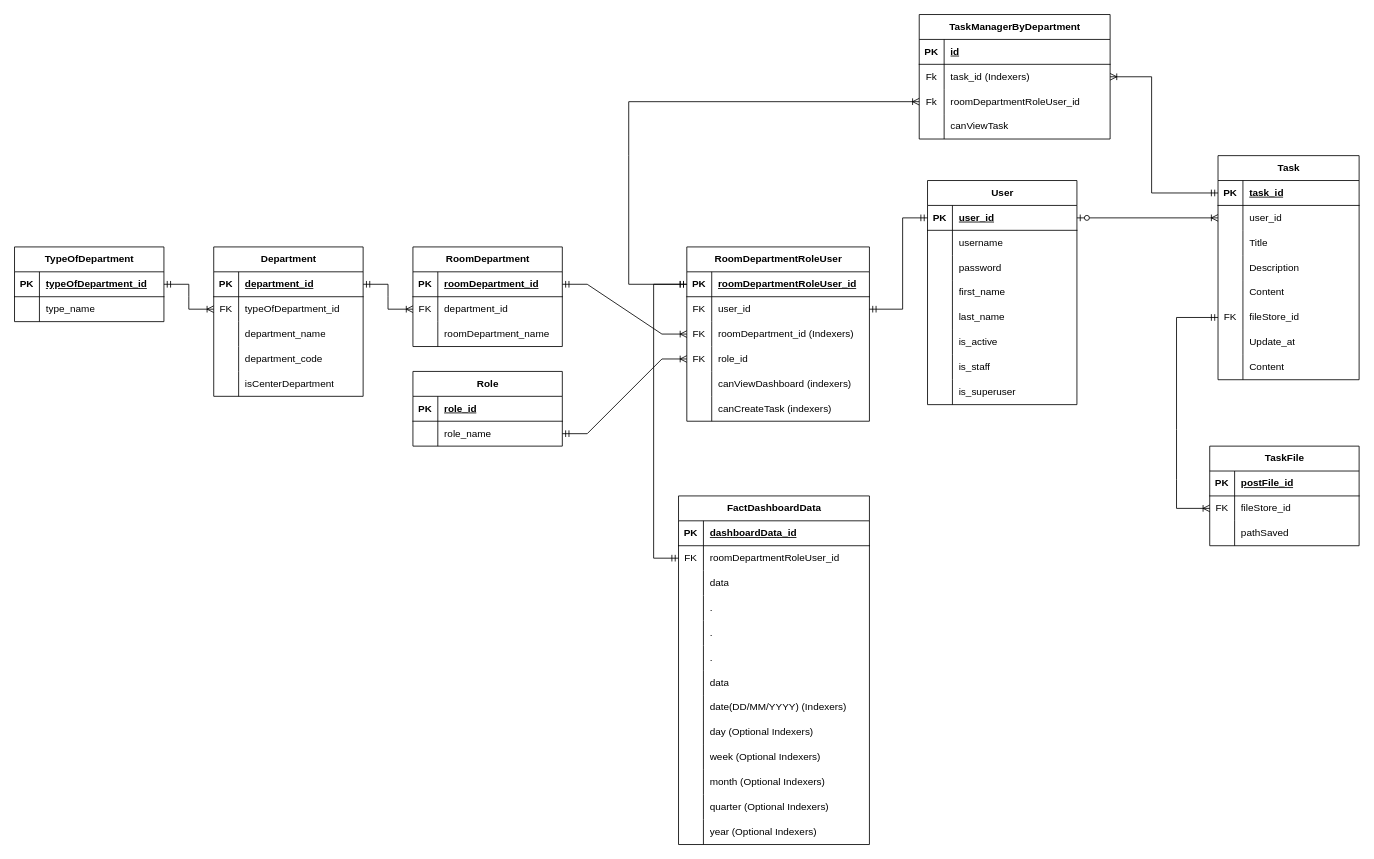
Before: thiet_ke_db.drawio in toanhvt98/web_backend, a draw.io diagram. Source tidied: cells renumbered, new cells numbered last; positions are measured from the earlier drawing's top-left corner, leaving out a move shared by most shapes. Both pictures are drawn from the tidied source at 83%, with x=0, y=0 at pixel (14, 14).
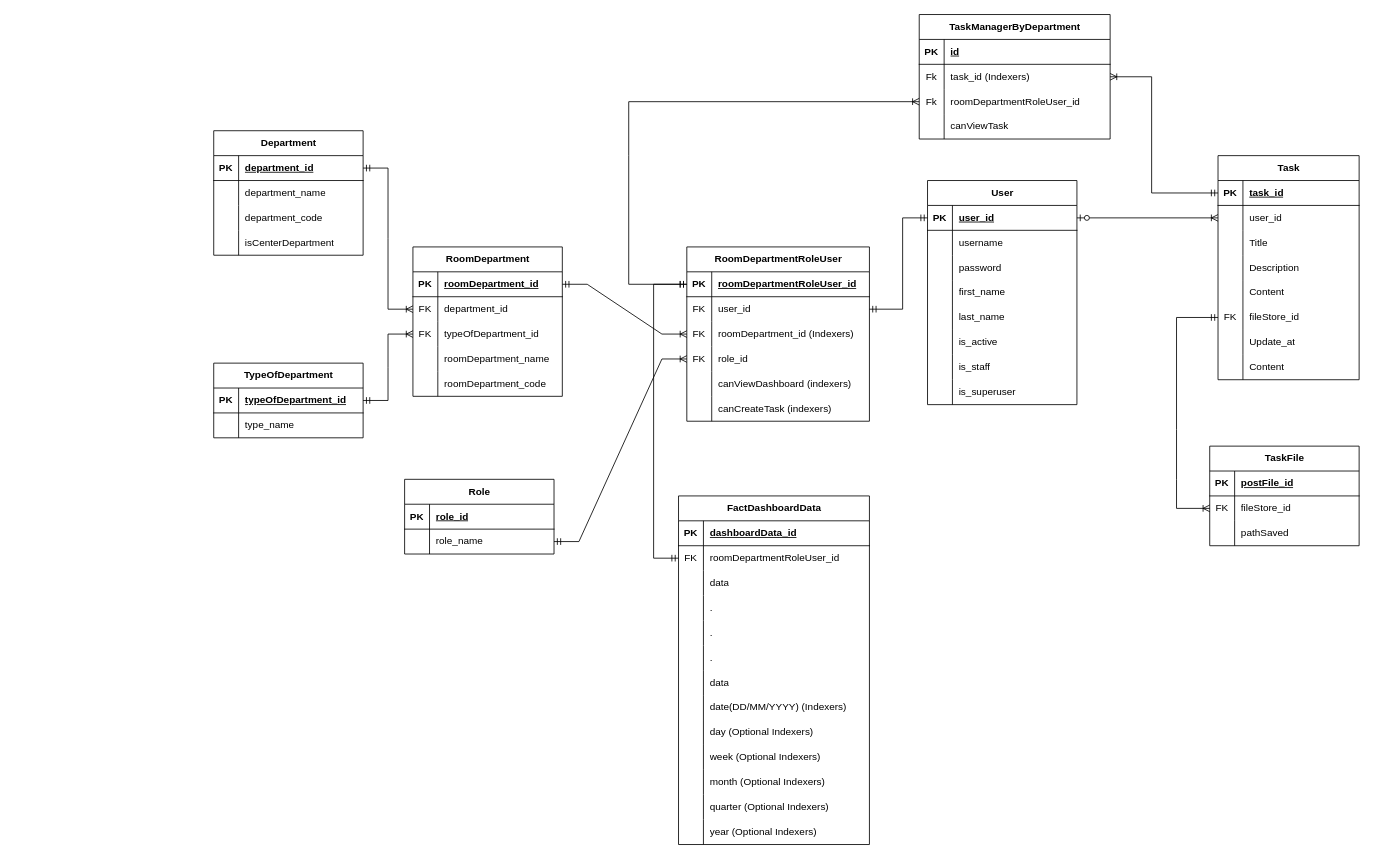
Above is the later version.

The change refers to these unchanged cells:
```xml
<mxCell id="130" style="shape=tableRow;horizontal=0;startSize=0;swimlaneHead=0;swimlaneBody=0;fillColor=none;points=[[0,0.5],[1,0.5]];portConstraint=eastwest;top=0;left=0;right=0;bottom=0;" parent="123" vertex="1">
  <mxGeometry y="90" width="180" height="30" as="geometry" />
</mxCell>
<mxCell id="177" style="shape=tableRow;horizontal=0;startSize=0;swimlaneHead=0;swimlaneBody=0;fillColor=none;points=[[0,0.5],[1,0.5]];portConstraint=eastwest;top=0;left=0;right=0;bottom=1;" parent="176" vertex="1">
  <mxGeometry y="30" width="180" height="30" as="geometry" />
</mxCell>
```

Diff of the diagram source:
```diff
@@
     <mxCell id="27" value="Department" style="shape=table;startSize=30;childLayout=tableLayout;rowLines=0;fontStyle=1;align=center;html=1;" parent="1" vertex="1">
-      <mxGeometry x="240" y="280" width="180" height="180" as="geometry" />
+      <mxGeometry x="240" y="140" width="180" height="150" as="geometry" />
     </mxCell>
@@
-    <mxCell id="31" style="shape=tableRow;horizontal=0;startSize=0;swimlaneHead=0;swimlaneBody=0;fillColor=none;points=[[0,0.5],[1,0.5]];portConstraint=eastwest;top=0;left=0;right=0;bottom=0;" parent="27" vertex="1">
-      <mxGeometry y="60" width="180" height="30" as="geometry" />
-    </mxCell>
-    <mxCell id="32" value="FK" style="shape=partialRectangle;fillColor=none;top=0;left=0;bottom=0;right=0;overflow=hidden;whiteSpace=wrap;html=1;" parent="31" vertex="1">
-      <mxGeometry width="30" height="30" as="geometry" />
-    </mxCell>
-    <mxCell id="33" value="typeOfDepartment_id" style="shape=partialRectangle;fillColor=none;top=0;left=0;bottom=0;right=0;align=left;spacingLeft=6;overflow=hidden;whiteSpace=wrap;html=1;" parent="31" vertex="1">
-      <mxGeometry x="30" width="150" height="30" as="geometry" />
-    </mxCell>
     <mxCell id="34" style="shape=tableRow;horizontal=0;startSize=0;swimlaneHead=0;swimlaneBody=0;fillColor=none;top=0;left=0;right=0;bottom=0;" parent="27" vertex="1">
-      <mxGeometry y="90" width="180" height="30" as="geometry" />
+      <mxGeometry y="60" width="180" height="30" as="geometry" />
     </mxCell>
@@
     <mxCell id="37" style="shape=tableRow;horizontal=0;startSize=0;swimlaneHead=0;swimlaneBody=0;fillColor=none;top=0;left=0;right=0;bottom=0;" parent="27" vertex="1">
-      <mxGeometry y="120" width="180" height="30" as="geometry" />
+      <mxGeometry y="90" width="180" height="30" as="geometry" />
     </mxCell>
@@
     <mxCell id="40" style="shape=tableRow;horizontal=0;startSize=0;swimlaneHead=0;swimlaneBody=0;fillColor=none;top=0;left=0;right=0;bottom=0;" parent="27" vertex="1">
-      <mxGeometry y="150" width="180" height="30" as="geometry" />
+      <mxGeometry y="120" width="180" height="30" as="geometry" />
     </mxCell>
@@
     <mxCell id="43" value="Role" style="shape=table;startSize=30;childLayout=tableLayout;rowLines=0;fontStyle=1;align=center;html=1;" parent="1" vertex="1">
-      <mxGeometry x="480" y="430" width="180" height="90" as="geometry" />
+      <mxGeometry x="470" y="560" width="180" height="90" as="geometry" />
     </mxCell>
@@
     <mxCell id="123" value="RoomDepartment" style="shape=table;startSize=30;childLayout=tableLayout;rowLines=0;fontStyle=1;align=center;html=1;" parent="1" vertex="1">
-      <mxGeometry x="480" y="280" width="180" height="120" as="geometry" />
+      <mxGeometry x="480" y="280" width="180" height="180" as="geometry" />
     </mxCell>
@@
-    <mxCell id="131" style="shape=partialRectangle;fillColor=none;top=0;left=0;bottom=0;right=0;overflow=hidden;whiteSpace=wrap;html=1;" parent="130" vertex="1">
+    <mxCell id="131" value="FK" style="shape=partialRectangle;fillColor=none;top=0;left=0;bottom=0;right=0;overflow=hidden;whiteSpace=wrap;html=1;" parent="130" vertex="1">
       <mxGeometry width="30" height="30" as="geometry" />
     </mxCell>
-    <mxCell id="132" value="roomDepartment_name" style="shape=partialRectangle;fillColor=none;top=0;left=0;bottom=0;right=0;align=left;spacingLeft=6;overflow=hidden;whiteSpace=wrap;html=1;" parent="130" vertex="1">
+    <mxCell id="132" value="typeOfDepartment_id" style="shape=partialRectangle;fillColor=none;top=0;left=0;bottom=0;right=0;align=left;spacingLeft=6;overflow=hidden;whiteSpace=wrap;html=1;" parent="130" vertex="1">
       <mxGeometry x="30" width="150" height="30" as="geometry" />
     </mxCell>
+    <mxCell id="184" style="shape=tableRow;horizontal=0;startSize=0;swimlaneHead=0;swimlaneBody=0;fillColor=none;top=0;left=0;right=0;bottom=0;" parent="123" vertex="1">
+      <mxGeometry y="120" width="180" height="30" as="geometry" />
+    </mxCell>
+    <mxCell id="185" style="shape=partialRectangle;fillColor=none;top=0;left=0;bottom=0;right=0;overflow=hidden;whiteSpace=wrap;html=1;" parent="184" vertex="1">
+      <mxGeometry width="30" height="30" as="geometry" />
+    </mxCell>
+    <mxCell id="186" value="roomDepartment_name" style="shape=partialRectangle;fillColor=none;top=0;left=0;bottom=0;right=0;align=left;spacingLeft=6;overflow=hidden;whiteSpace=wrap;html=1;" parent="184" vertex="1">
+      <mxGeometry x="30" width="150" height="30" as="geometry" />
+    </mxCell>
+    <mxCell id="187" style="shape=tableRow;horizontal=0;startSize=0;swimlaneHead=0;swimlaneBody=0;fillColor=none;top=0;left=0;right=0;bottom=0;" parent="123" vertex="1">
+      <mxGeometry y="150" width="180" height="30" as="geometry" />
+    </mxCell>
+    <mxCell id="188" style="shape=partialRectangle;fillColor=none;top=0;left=0;bottom=0;right=0;overflow=hidden;whiteSpace=wrap;html=1;" parent="187" vertex="1">
+      <mxGeometry width="30" height="30" as="geometry" />
+    </mxCell>
+    <mxCell id="189" value="roomDepartment_code" style="shape=partialRectangle;fillColor=none;top=0;left=0;bottom=0;right=0;align=left;spacingLeft=6;overflow=hidden;whiteSpace=wrap;html=1;" parent="187" vertex="1">
+      <mxGeometry x="30" width="150" height="30" as="geometry" />
+    </mxCell>
@@
     <mxCell id="176" value="TypeOfDepartment" style="shape=table;startSize=30;childLayout=tableLayout;rowLines=0;fontStyle=1;align=center;html=1;" parent="1" vertex="1">
-      <mxGeometry y="280" width="180" height="90" as="geometry" />
+      <mxGeometry x="240" y="420" width="180" height="90" as="geometry" />
     </mxCell>
@@
-    <mxCell id="183" style="edgeStyle=entityRelationEdgeStyle;fontSize=12;html=1;endArrow=ERoneToMany;startArrow=ERmandOne;rounded=0;exitX=1;exitY=0.5;exitDx=0;exitDy=0;entryX=0;entryY=0.5;entryDx=0;entryDy=0;" parent="1" edge="1" source="177" target="31">
-      <mxGeometry relative="1" as="geometry" />
-    </mxCell>
+    <mxCell id="190" style="edgeStyle=entityRelationEdgeStyle;fontSize=12;html=1;endArrow=ERoneToMany;startArrow=ERmandOne;rounded=0;exitX=1;exitY=0.5;exitDx=0;exitDy=0;entryX=0;entryY=0.5;entryDx=0;entryDy=0;" parent="1" edge="1" source="177" target="130">
+      <mxGeometry relative="1" as="geometry" />
+    </mxCell>
```
